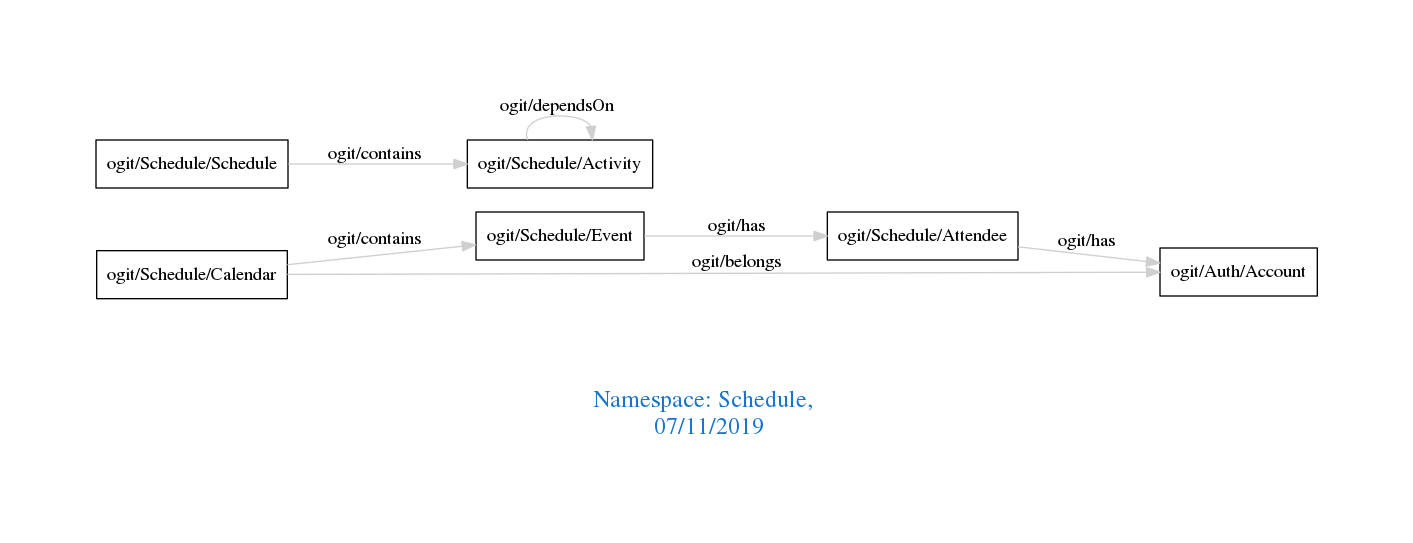
This is downloads/Schedule.png from arago/OGIT, a Graphviz export, as it was before one commit. Its source is kept beside it as downloads/Schedule.dot.
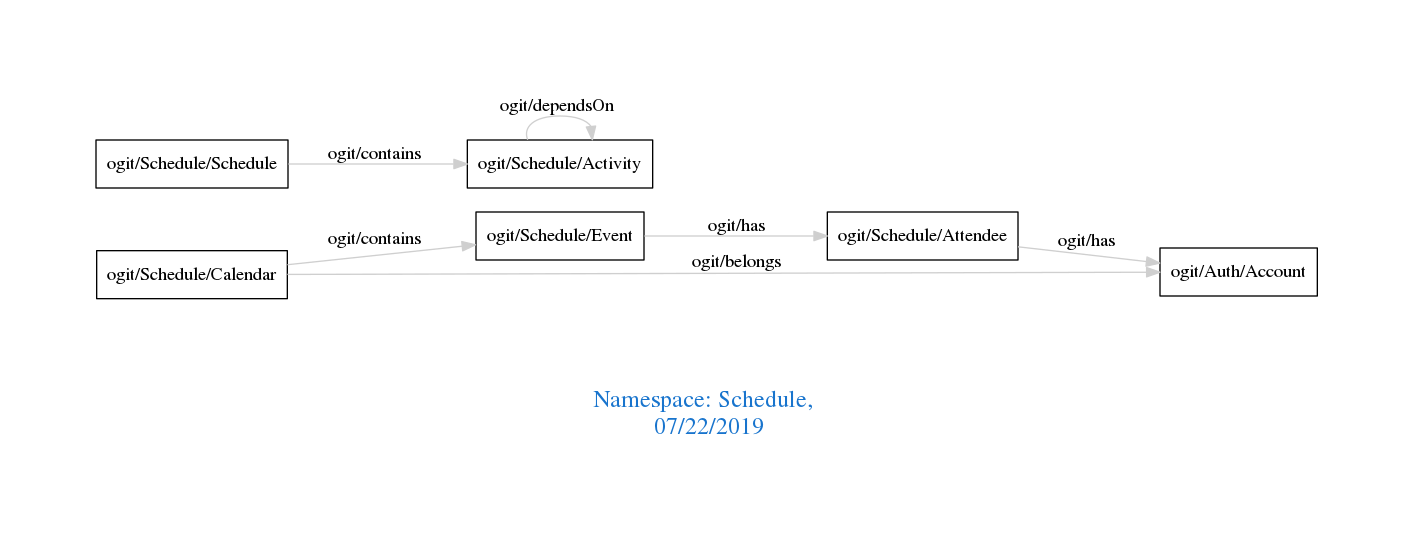
After the change.

Diff of the diagram source:
```diff
@@ -1,7 +1,7 @@
 digraph OGIT_ontology {
  graph [ rankdir= LR,pad=1
 fontsize = 18,
-fontcolor= dodgerblue3,label = "\n\n\nNamespace: Schedule, \n 07/11/2019"];
+fontcolor= dodgerblue3,label = "\n\n\nNamespace: Schedule, \n 07/22/2019"];
 node[shape=polygon];
 edge [  color="gray81"];
 
```
